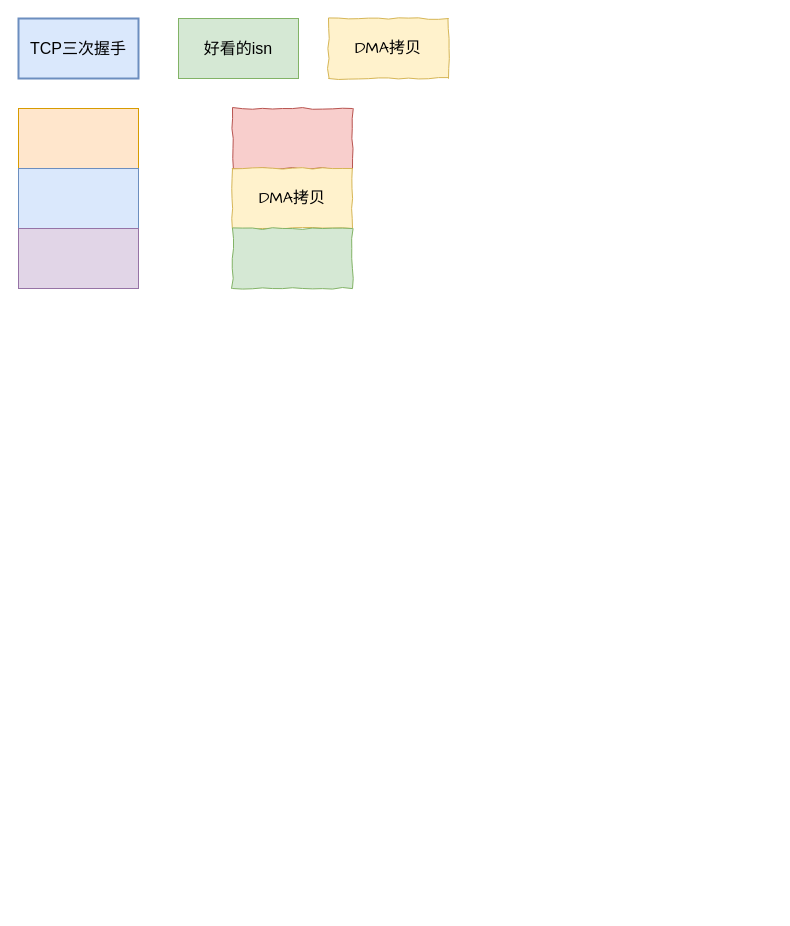
Above: Untitled Diagram.drawio in Kelsey1998/picture (draw.io), before the change. Source tidied: cells renumbered, new cells numbered last; positions are measured from the earlier drawing's top-left corner, leaving out a move shared by most shapes. Both pictures are drawn from the tidied source at 100%, with x=0, y=0 at pixel (18, 18).
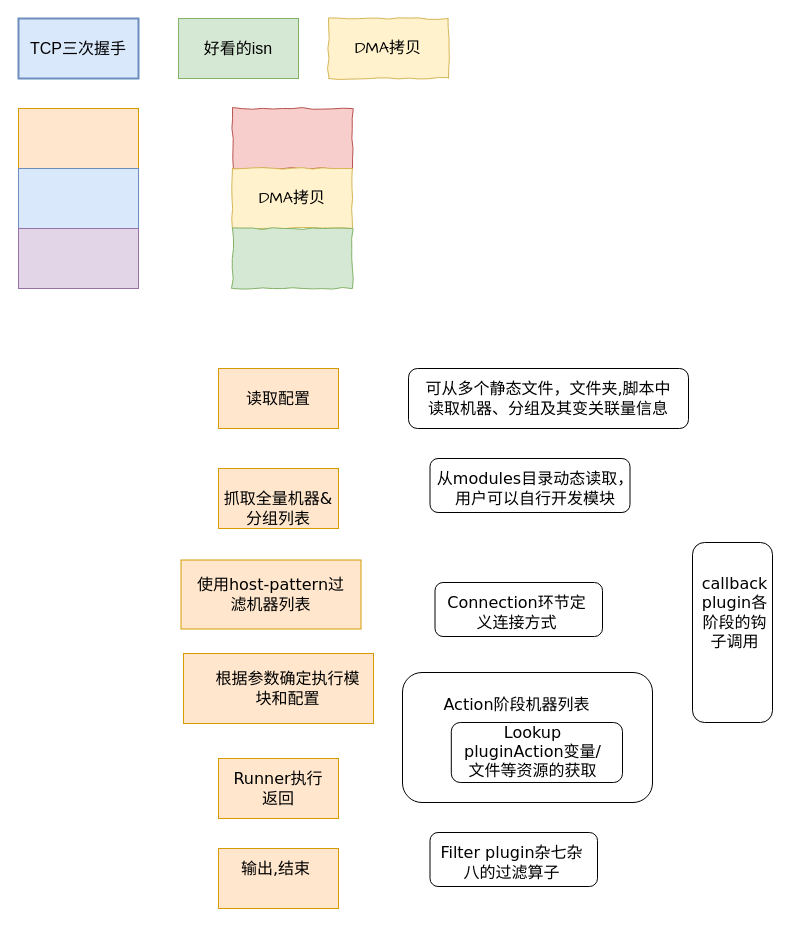
After the change.

What changed in the source:
```diff
@@
+    <mxCell id="11" style="whiteSpace=wrap;html=1;fillColor=#ffe6cc;strokeColor=#d79b00;shadow=0;" parent="1" vertex="1">
+      <mxGeometry x="200" y="350" width="120" height="60" as="geometry" />
+    </mxCell>
+    <mxCell id="12" style="whiteSpace=wrap;html=1;fillColor=#ffe6cc;strokeColor=#d79b00;shadow=0;" parent="1" vertex="1">
+      <mxGeometry x="200" y="450" width="120" height="60" as="geometry" />
+    </mxCell>
+    <mxCell id="13" style="whiteSpace=wrap;html=1;fillColor=#ffe6cc;strokeColor=#d79b00;shadow=0;" parent="1" vertex="1">
+      <mxGeometry x="162.5" y="541.5" width="180" height="69" as="geometry" />
+    </mxCell>
+    <mxCell id="14" style="whiteSpace=wrap;html=1;fillColor=#ffe6cc;strokeColor=#d79b00;shadow=0;" parent="1" vertex="1">
+      <mxGeometry x="165" y="635" width="190" height="70" as="geometry" />
+    </mxCell>
+    <mxCell id="15" style="whiteSpace=wrap;html=1;fillColor=#ffe6cc;strokeColor=#d79b00;shadow=0;" parent="1" vertex="1">
+      <mxGeometry x="200" y="740" width="120" height="60" as="geometry" />
+    </mxCell>
+    <mxCell id="16" style="whiteSpace=wrap;html=1;fillColor=#ffe6cc;strokeColor=#d79b00;shadow=0;" parent="1" vertex="1">
+      <mxGeometry x="200" y="830" width="120" height="60" as="geometry" />
+    </mxCell>
+    <mxCell id="17" value="读取配置" style="text;html=1;strokeColor=none;fillColor=none;align=center;verticalAlign=middle;whiteSpace=wrap;rounded=0;shadow=0;fontFamily=Verdana;fontSize=16;fontColor=#000000;" parent="1" vertex="1">
+      <mxGeometry x="225" y="370" width="70" height="20" as="geometry" />
+    </mxCell>
+    <mxCell id="18" value="抓取全量机器&amp;amp;分组列表" style="text;html=1;strokeColor=none;fillColor=none;align=center;verticalAlign=middle;whiteSpace=wrap;rounded=0;shadow=0;fontFamily=Verdana;fontSize=16;fontColor=#000000;" parent="1" vertex="1">
+      <mxGeometry x="200" y="480" width="120" height="20" as="geometry" />
+    </mxCell>
+    <mxCell id="19" value="使用host-pattern过滤机器列表" style="text;html=1;strokeColor=none;fillColor=none;align=center;verticalAlign=middle;whiteSpace=wrap;rounded=0;shadow=0;fontFamily=Verdana;fontSize=16;fontColor=#000000;" parent="1" vertex="1">
+      <mxGeometry x="175" y="566" width="155" height="20" as="geometry" />
+    </mxCell>
+    <mxCell id="20" value="Runner执行返回" style="text;html=1;strokeColor=none;fillColor=none;align=center;verticalAlign=middle;whiteSpace=wrap;rounded=0;shadow=0;fontFamily=Verdana;fontSize=16;fontColor=#000000;" parent="1" vertex="1">
+      <mxGeometry x="207" y="760" width="106" height="20" as="geometry" />
+    </mxCell>
+    <mxCell id="21" value="根据参数确定执行模块和配置" style="text;html=1;strokeColor=none;fillColor=none;align=center;verticalAlign=middle;whiteSpace=wrap;rounded=0;shadow=0;fontFamily=Verdana;fontSize=16;fontColor=#000000;" parent="1" vertex="1">
+      <mxGeometry x="195.5" y="660" width="147" height="20" as="geometry" />
+    </mxCell>
+    <mxCell id="22" value="输出,结束" style="text;html=1;strokeColor=none;fillColor=none;align=center;verticalAlign=middle;whiteSpace=wrap;rounded=0;shadow=0;fontFamily=Verdana;fontSize=16;fontColor=#000000;" parent="1" vertex="1">
+      <mxGeometry x="205" y="840" width="105" height="20" as="geometry" />
+    </mxCell>
+    <mxCell id="23" style="rounded=1;whiteSpace=wrap;html=1;shadow=0;fillColor=none;fontFamily=Verdana;fontSize=16;" parent="1" vertex="1">
+      <mxGeometry x="390" y="350" width="280" height="60" as="geometry" />
+    </mxCell>
+    <mxCell id="24" value="可从多个静态文件，文件夹,脚本中读取机器、分组及其变关联量信息" style="text;html=1;strokeColor=none;fillColor=none;align=center;verticalAlign=middle;whiteSpace=wrap;rounded=0;shadow=0;fontFamily=Verdana;fontSize=16;fontColor=#000000;" parent="1" vertex="1">
+      <mxGeometry x="400" y="370" width="260" height="20" as="geometry" />
+    </mxCell>
+    <mxCell id="25" style="rounded=1;whiteSpace=wrap;html=1;shadow=0;fillColor=none;fontFamily=Verdana;fontSize=16;" parent="1" vertex="1">
+      <mxGeometry x="411.5" y="440" width="200" height="54" as="geometry" />
+    </mxCell>
+    <mxCell id="26" value="从modules目录动态读取，用户可以自行开发模块" style="text;html=1;strokeColor=none;fillColor=none;align=center;verticalAlign=middle;whiteSpace=wrap;rounded=0;shadow=0;fontFamily=Verdana;fontSize=16;fontColor=#000000;" parent="1" vertex="1">
+      <mxGeometry x="416.5" y="460" width="200" height="20" as="geometry" />
+    </mxCell>
+    <mxCell id="27" style="rounded=1;whiteSpace=wrap;html=1;shadow=0;fillColor=none;fontFamily=Verdana;fontSize=16;" parent="1" vertex="1">
+      <mxGeometry x="416.5" y="564" width="167.5" height="54" as="geometry" />
+    </mxCell>
+    <mxCell id="28" value="Connection环节定义连接方式&lt;br&gt;" style="text;html=1;strokeColor=none;fillColor=none;align=center;verticalAlign=middle;whiteSpace=wrap;rounded=0;shadow=0;fontFamily=Verdana;fontSize=16;fontColor=#000000;" parent="1" vertex="1">
+      <mxGeometry x="421.5" y="584" width="152.5" height="20" as="geometry" />
+    </mxCell>
+    <mxCell id="29" style="rounded=1;whiteSpace=wrap;html=1;shadow=0;fillColor=none;fontFamily=Verdana;fontSize=16;" parent="1" vertex="1">
+      <mxGeometry x="384" y="654" width="250" height="130" as="geometry" />
+    </mxCell>
+    <mxCell id="30" value="Action阶段机器列表" style="text;html=1;strokeColor=none;fillColor=none;align=center;verticalAlign=middle;whiteSpace=wrap;rounded=0;shadow=0;fontFamily=Verdana;fontSize=16;fontColor=#000000;" parent="1" vertex="1">
+      <mxGeometry x="421.5" y="677" width="152.5" height="17" as="geometry" />
+    </mxCell>
+    <mxCell id="31" style="rounded=1;whiteSpace=wrap;html=1;shadow=0;fillColor=none;fontFamily=Verdana;fontSize=16;" parent="1" vertex="1">
+      <mxGeometry x="432.8" y="704" width="171.2" height="60" as="geometry" />
+    </mxCell>
+    <mxCell id="32" value="Lookup pluginAction变量/文件等资源的获取" style="text;html=1;strokeColor=none;fillColor=none;align=center;verticalAlign=middle;whiteSpace=wrap;rounded=0;shadow=0;fontFamily=Verdana;fontSize=16;fontColor=#000000;" parent="1" vertex="1">
+      <mxGeometry x="437.8" y="724" width="152.5" height="17" as="geometry" />
+    </mxCell>
+    <mxCell id="33" style="rounded=1;whiteSpace=wrap;html=1;shadow=0;fillColor=none;fontFamily=Verdana;fontSize=16;" parent="1" vertex="1">
+      <mxGeometry x="411.5" y="814" width="167.5" height="54" as="geometry" />
+    </mxCell>
+    <mxCell id="34" value="Filter plugin杂七杂八的过滤算子" style="text;html=1;strokeColor=none;fillColor=none;align=center;verticalAlign=middle;whiteSpace=wrap;rounded=0;shadow=0;fontFamily=Verdana;fontSize=16;fontColor=#000000;" parent="1" vertex="1">
+      <mxGeometry x="416.5" y="834" width="152.5" height="20" as="geometry" />
+    </mxCell>
+    <mxCell id="35" style="rounded=1;whiteSpace=wrap;html=1;shadow=0;fillColor=none;fontFamily=Verdana;fontSize=16;" parent="1" vertex="1">
+      <mxGeometry x="674" y="524" width="80" height="180" as="geometry" />
+    </mxCell>
+    <mxCell id="36" value="callback plugin各阶段的钩子调用" style="text;html=1;strokeColor=none;fillColor=none;align=center;verticalAlign=middle;whiteSpace=wrap;rounded=0;shadow=0;fontFamily=Verdana;fontSize=16;fontColor=#000000;" parent="1" vertex="1">
+      <mxGeometry x="679" y="574" width="75" height="40" as="geometry" />
+    </mxCell>
```
